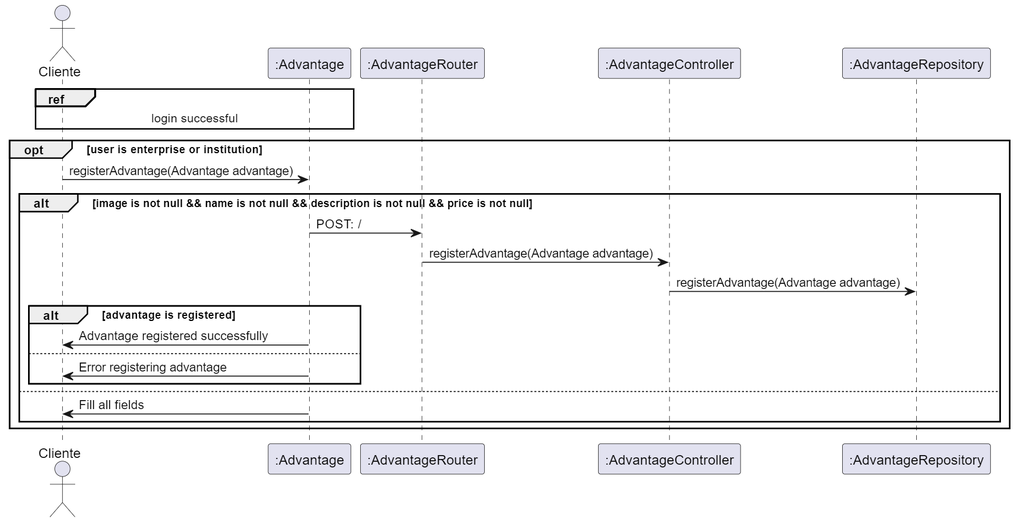
Earlier version of the PlantUML export projeto 4/project/sequenceDiagramRegisterAdvantage.png (migueltico2/laboratorio-de-desenvolvimento-de-software). Its source is kept beside it as projeto 4/project/sequenceDiagramRegisterAdvantage.plantuml. The source it was exported from:
```plantuml
@startuml

actor "Cliente" as cliente
participant ":Advantage" as ad
participant ":AdvantageRouter" as adRouter
participant ":AdvantageController" as adController
participant ":AdvantageRepository" as adRepository
participant ":AdvantageService" as adService

ref over cliente, ad: login successful

opt user is enterprise or institution
    cliente -> ad : registerAdvantage(Advantage advantage)
    alt image is null || name is null || description is null || price is null
        ad --> cliente : Fill all fields
    else price <= 0
        ad --> cliente : Price must be greater than 0
    else
        ad -> adRouter : POST: /
        adRouter -> adController : create(Advantage advantage)
        adController -> adRepository : create(Advantage advantage)
        adRepository -> adService : create(Advantage advantage)
        adService --> cliente : Advantage registered successfully
        adService --> cliente : [error] Error registering advantage
    end
end

@enduml
```
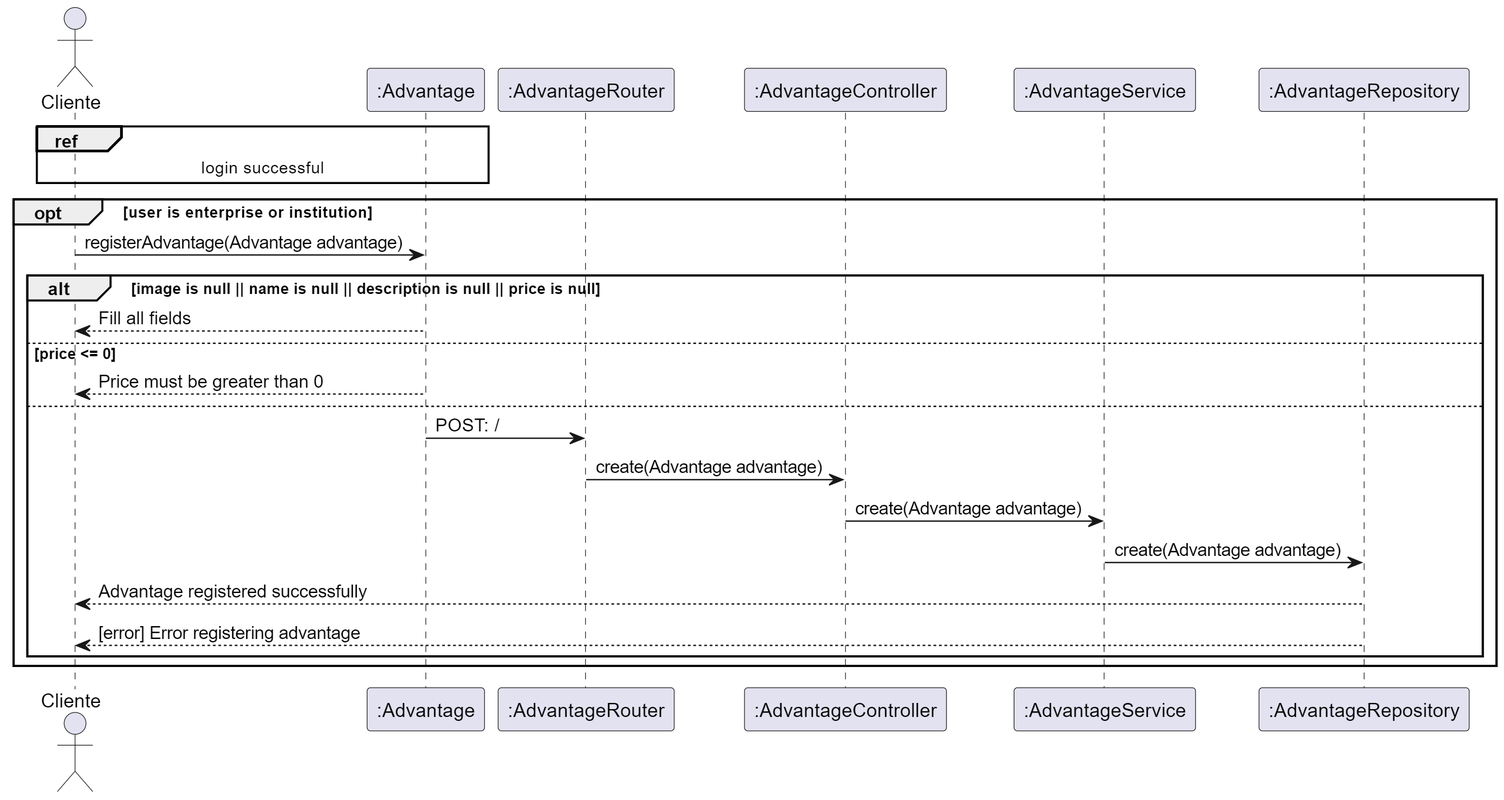
The same diagram one commit later.

Diff of the diagram source:
```diff
@@ -4,8 +4,8 @@
 participant ":Advantage" as ad
 participant ":AdvantageRouter" as adRouter
 participant ":AdvantageController" as adController
+participant ":AdvantageService" as adService
 participant ":AdvantageRepository" as adRepository
-participant ":AdvantageService" as adService
 
 ref over cliente, ad: login successful
 
@@ -18,10 +18,10 @@
     else
         ad -> adRouter : POST: /
         adRouter -> adController : create(Advantage advantage)
-        adController -> adRepository : create(Advantage advantage)
-        adRepository -> adService : create(Advantage advantage)
-        adService --> cliente : Advantage registered successfully
-        adService --> cliente : [error] Error registering advantage
+        adController -> adService : create(Advantage advantage)
+        adService -> adRepository : create(Advantage advantage)
+        adRepository --> cliente : Advantage registered successfully
+        adRepository --> cliente : [error] Error registering advantage
     end
 end
 
```
